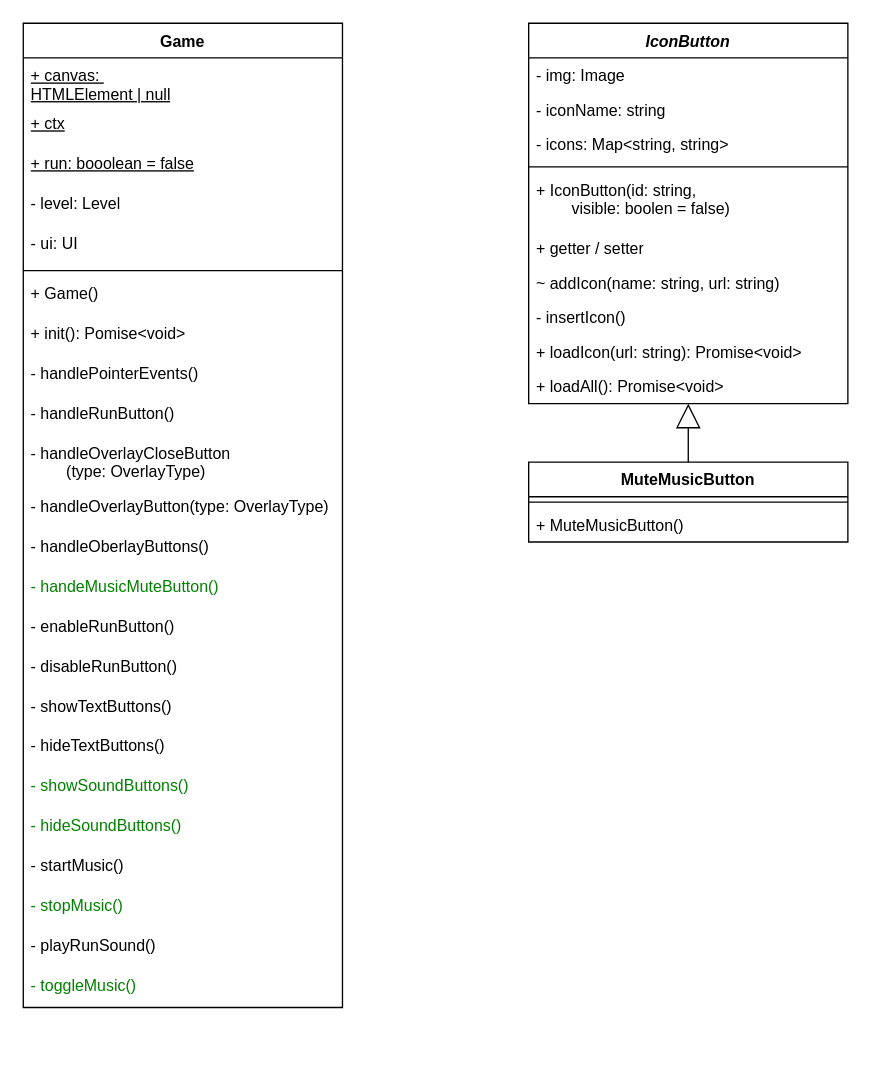
The draw.io diagram docs/issue/151-diagram.drawio in elma1989/el-pollo-loco, before the edit. Source tidied: cells renumbered, new cells numbered last; positions are measured from the earlier drawing's top-left corner, leaving out a move shared by most shapes. Both pictures are drawn from the tidied source at 133%, with x=0, y=0 at pixel (23, 23).
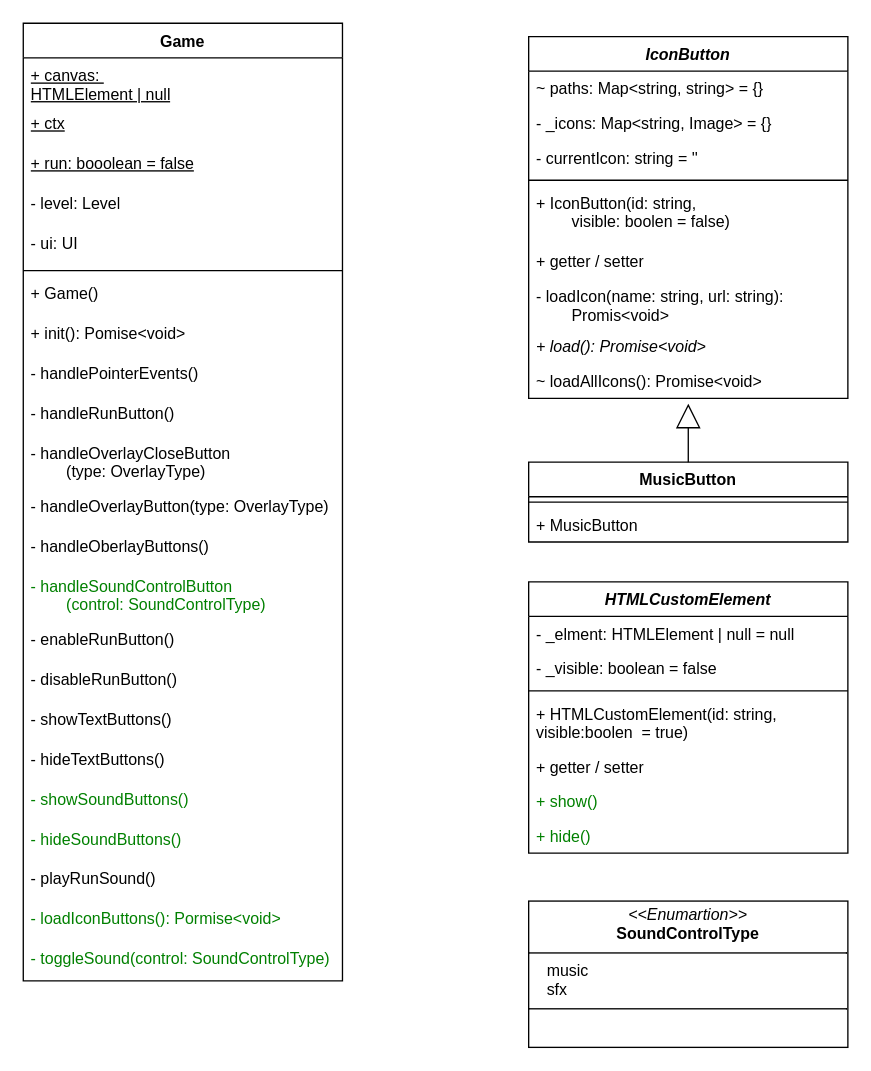
The same page after the edit.

Commit message (it also covers changes not shown here):
doc: Updated class Diagrams: Game, MusicButton

Change to the diagram source:
```diff
@@
-    <mxCell id="2" value="MuteMusicButton" style="swimlane;fontStyle=1;align=center;verticalAlign=top;horizontal=1;startSize=26;whiteSpace=wrap;html=1;" parent="1" vertex="1">
+    <mxCell id="2" value="MusicButton" style="swimlane;fontStyle=1;align=center;verticalAlign=top;horizontal=1;startSize=26;whiteSpace=wrap;html=1;" parent="1" vertex="1">
       <mxGeometry x="380" y="330" width="240" height="60" as="geometry" />
     </mxCell>
@@
-    <mxCell id="4" value="+ MuteMusicButton()" style="text;strokeColor=none;fillColor=none;align=left;verticalAlign=top;spacingLeft=4;spacingRight=4;overflow=hidden;whiteSpace=wrap;html=1;" parent="2" vertex="1">
+    <mxCell id="4" value="+ MusicButton" style="text;strokeColor=none;fillColor=none;align=left;verticalAlign=top;spacingLeft=4;spacingRight=4;overflow=hidden;whiteSpace=wrap;html=1;" parent="2" vertex="1">
       <mxGeometry y="34" width="240" height="26" as="geometry" />
     </mxCell>
-    <mxCell id="5" value="IconButton" style="swimlane;fontStyle=3;align=center;verticalAlign=top;horizontal=1;startSize=26;whiteSpace=wrap;html=1;strokeColor=default;" parent="1" vertex="1">
-      <mxGeometry x="380" width="240" height="286" as="geometry" />
-    </mxCell>
-    <mxCell id="6" value="- img: Image" style="text;strokeColor=none;fillColor=none;align=left;verticalAlign=top;spacingLeft=4;spacingRight=4;overflow=hidden;whiteSpace=wrap;html=1;" parent="5" vertex="1">
-      <mxGeometry y="26" width="240" height="26" as="geometry" />
-    </mxCell>
-    <mxCell id="7" value="- iconName: string" style="text;strokeColor=none;fillColor=none;align=left;verticalAlign=top;spacingLeft=4;spacingRight=4;overflow=hidden;whiteSpace=wrap;html=1;" parent="5" vertex="1">
-      <mxGeometry y="52" width="240" height="26" as="geometry" />
-    </mxCell>
-    <mxCell id="8" value="- icons: Map&amp;lt;string, string&amp;gt;" style="text;strokeColor=none;fillColor=none;align=left;verticalAlign=top;spacingLeft=4;spacingRight=4;overflow=hidden;whiteSpace=wrap;html=1;" parent="5" vertex="1">
-      <mxGeometry y="78" width="240" height="26" as="geometry" />
-    </mxCell>
-    <mxCell id="9" style="line;strokeWidth=1;fillColor=none;align=left;verticalAlign=middle;spacingTop=-1;spacingLeft=3;spacingRight=3;labelPosition=right;strokeColor=inherit;" parent="5" vertex="1">
-      <mxGeometry y="104" width="240" height="8" as="geometry" />
-    </mxCell>
-    <mxCell id="10" value="+ IconButton(id: string,&amp;nbsp;&lt;div&gt;&lt;div&gt;&lt;span style=&quot;white-space: pre;&quot;&gt;&#9;&lt;/span&gt;visible: boolen = false&lt;span style=&quot;background-color: transparent; color: light-dark(rgb(0, 0, 0), rgb(255, 255, 255));&quot;&gt;)&lt;/span&gt;&lt;/div&gt;&lt;/div&gt;" style="text;strokeColor=none;fillColor=none;align=left;verticalAlign=top;spacingLeft=4;spacingRight=4;overflow=hidden;whiteSpace=wrap;html=1;" parent="5" vertex="1">
-      <mxGeometry y="112" width="240" height="44" as="geometry" />
-    </mxCell>
-    <mxCell id="11" value="+ getter / setter" style="text;strokeColor=none;fillColor=none;align=left;verticalAlign=top;spacingLeft=4;spacingRight=4;overflow=hidden;whiteSpace=wrap;html=1;" parent="5" vertex="1">
-      <mxGeometry y="156" width="240" height="26" as="geometry" />
-    </mxCell>
-    <mxCell id="12" value="~ addIcon(name: string, url: string)" style="text;strokeColor=none;fillColor=none;align=left;verticalAlign=top;spacingLeft=4;spacingRight=4;overflow=hidden;whiteSpace=wrap;html=1;" parent="5" vertex="1">
-      <mxGeometry y="182" width="240" height="26" as="geometry" />
-    </mxCell>
-    <mxCell id="13" value="- insertIcon()" style="text;strokeColor=none;fillColor=none;align=left;verticalAlign=top;spacingLeft=4;spacingRight=4;overflow=hidden;whiteSpace=wrap;html=1;" parent="5" vertex="1">
-      <mxGeometry y="208" width="240" height="26" as="geometry" />
-    </mxCell>
-    <mxCell id="14" value="+ loadIcon(url: string): Promise&amp;lt;void&amp;gt;" style="text;strokeColor=none;fillColor=none;align=left;verticalAlign=top;spacingLeft=4;spacingRight=4;overflow=hidden;whiteSpace=wrap;html=1;" parent="5" vertex="1">
-      <mxGeometry y="234" width="240" height="26" as="geometry" />
-    </mxCell>
-    <mxCell id="15" value="+ loadAll(): Promise&amp;lt;void&amp;gt;" style="text;strokeColor=none;fillColor=none;align=left;verticalAlign=top;spacingLeft=4;spacingRight=4;overflow=hidden;whiteSpace=wrap;html=1;" parent="5" vertex="1">
-      <mxGeometry y="260" width="240" height="26" as="geometry" />
-    </mxCell>
-    <mxCell id="16" style="endArrow=block;endSize=16;endFill=0;html=1;rounded=0;" parent="1" edge="1" source="2" target="5">
-      <mxGeometry relative="1" as="geometry" />
+    <mxCell id="16" style="endArrow=block;endSize=16;endFill=0;html=1;rounded=0;" parent="1" edge="1" source="2">
+      <mxGeometry relative="1" as="geometry">
+        <mxPoint x="500" y="286" as="targetPoint" />
+      </mxGeometry>
     </mxCell>
     <mxCell id="17" value="Game" style="swimlane;fontStyle=1;align=center;verticalAlign=top;horizontal=1;startSize=26;whiteSpace=wrap;html=1;" parent="1" vertex="1">
-      <mxGeometry width="240" height="740" as="geometry" />
+      <mxGeometry width="240" height="720" as="geometry" />
     </mxCell>
@@
-    <mxCell id="31" value="- handeMusicMuteButton()" style="text;strokeColor=none;fillColor=none;align=left;verticalAlign=top;spacingLeft=4;spacingRight=4;overflow=hidden;whiteSpace=wrap;html=1;fontStyle=0;fontColor=light-dark(#008000,#80FF80);" parent="17" vertex="1">
-      <mxGeometry y="410" width="240" height="30" as="geometry" />
+    <mxCell id="31" value="- handleSoundControlButton&lt;div&gt;&lt;span style=&quot;white-space: pre;&quot;&gt;&#9;&lt;/span&gt;(control: SoundControlType)&lt;/div&gt;" style="text;strokeColor=none;fillColor=none;align=left;verticalAlign=top;spacingLeft=4;spacingRight=4;overflow=hidden;whiteSpace=wrap;html=1;fontStyle=0;fontColor=light-dark(#008000,#80FF80);" parent="17" vertex="1">
+      <mxGeometry y="410" width="240" height="40" as="geometry" />
     </mxCell>
     <mxCell id="32" value="- enableRunButton()" style="text;strokeColor=none;fillColor=none;align=left;verticalAlign=top;spacingLeft=4;spacingRight=4;overflow=hidden;whiteSpace=wrap;html=1;fontStyle=0;fontColor=default;" parent="17" vertex="1">
-      <mxGeometry y="440" width="240" height="30" as="geometry" />
+      <mxGeometry y="450" width="240" height="30" as="geometry" />
     </mxCell>
     <mxCell id="33" value="- disableRunButton()" style="text;strokeColor=none;fillColor=none;align=left;verticalAlign=top;spacingLeft=4;spacingRight=4;overflow=hidden;whiteSpace=wrap;html=1;fontStyle=0;fontColor=default;" parent="17" vertex="1">
-      <mxGeometry y="470" width="240" height="30" as="geometry" />
+      <mxGeometry y="480" width="240" height="30" as="geometry" />
     </mxCell>
     <mxCell id="34" value="- showTextButtons()" style="text;strokeColor=none;fillColor=none;align=left;verticalAlign=top;spacingLeft=4;spacingRight=4;overflow=hidden;whiteSpace=wrap;html=1;fontStyle=0;fontColor=default;" parent="17" vertex="1">
-      <mxGeometry y="500" width="240" height="30" as="geometry" />
+      <mxGeometry y="510" width="240" height="30" as="geometry" />
     </mxCell>
     <mxCell id="35" value="- hideTextButtons()" style="text;strokeColor=none;fillColor=none;align=left;verticalAlign=top;spacingLeft=4;spacingRight=4;overflow=hidden;whiteSpace=wrap;html=1;fontStyle=0;fontColor=default;" parent="17" vertex="1">
-      <mxGeometry y="530" width="240" height="30" as="geometry" />
+      <mxGeometry y="540" width="240" height="30" as="geometry" />
     </mxCell>
     <mxCell id="36" value="- showSoundButtons()" style="text;strokeColor=none;fillColor=none;align=left;verticalAlign=top;spacingLeft=4;spacingRight=4;overflow=hidden;whiteSpace=wrap;html=1;fontStyle=0;fontColor=light-dark(#008000,#80FF80);" parent="17" vertex="1">
-      <mxGeometry y="560" width="240" height="30" as="geometry" />
+      <mxGeometry y="570" width="240" height="30" as="geometry" />
     </mxCell>
     <mxCell id="37" value="- hideSoundButtons()" style="text;strokeColor=none;fillColor=none;align=left;verticalAlign=top;spacingLeft=4;spacingRight=4;overflow=hidden;whiteSpace=wrap;html=1;fontStyle=0;fontColor=light-dark(#008000,#80FF80);" parent="17" vertex="1">
-      <mxGeometry y="590" width="240" height="30" as="geometry" />
+      <mxGeometry y="600" width="240" height="30" as="geometry" />
     </mxCell>
-    <mxCell id="38" value="- startMusic()" style="text;strokeColor=none;fillColor=none;align=left;verticalAlign=top;spacingLeft=4;spacingRight=4;overflow=hidden;whiteSpace=wrap;html=1;fontStyle=0;fontColor=default;" parent="17" vertex="1">
-      <mxGeometry y="620" width="240" height="30" as="geometry" />
-    </mxCell>
-    <mxCell id="39" value="- stopMusic()" style="text;strokeColor=none;fillColor=none;align=left;verticalAlign=top;spacingLeft=4;spacingRight=4;overflow=hidden;whiteSpace=wrap;html=1;fontStyle=0;fontColor=light-dark(#008000,#80FF80);" parent="17" vertex="1">
-      <mxGeometry y="650" width="240" height="30" as="geometry" />
-    </mxCell>
     <mxCell id="40" value="- playRunSound()" style="text;strokeColor=none;fillColor=none;align=left;verticalAlign=top;spacingLeft=4;spacingRight=4;overflow=hidden;whiteSpace=wrap;html=1;fontStyle=0;fontColor=default;" parent="17" vertex="1">
-      <mxGeometry y="680" width="240" height="30" as="geometry" />
+      <mxGeometry y="630" width="240" height="30" as="geometry" />
     </mxCell>
-    <mxCell id="41" value="- toggleMusic()" style="text;strokeColor=none;fillColor=none;align=left;verticalAlign=top;spacingLeft=4;spacingRight=4;overflow=hidden;whiteSpace=wrap;html=1;fontStyle=0;fontColor=light-dark(#008000,#80FF80);" parent="17" vertex="1">
-      <mxGeometry y="710" width="240" height="30" as="geometry" />
-    </mxCell>
+    <mxCell id="42" value="- loadIconButtons(): Pormise&amp;lt;void&amp;gt;" style="text;strokeColor=none;fillColor=none;align=left;verticalAlign=top;spacingLeft=4;spacingRight=4;overflow=hidden;whiteSpace=wrap;html=1;fontStyle=0;fontColor=light-dark(#008000,#80FF80);" parent="17" vertex="1">
+      <mxGeometry y="660" width="240" height="30" as="geometry" />
+    </mxCell>
+    <mxCell id="43" value="- toggleSound(control: SoundControlType)" style="text;strokeColor=none;fillColor=none;align=left;verticalAlign=top;spacingLeft=4;spacingRight=4;overflow=hidden;whiteSpace=wrap;html=1;fontStyle=0;fontColor=light-dark(#008000,#80FF80);" parent="17" vertex="1">
+      <mxGeometry y="690" width="240" height="30" as="geometry" />
+    </mxCell>
+    <mxCell id="5" value="IconButton" style="swimlane;fontStyle=3;align=center;verticalAlign=top;horizontal=1;startSize=26;whiteSpace=wrap;html=1;strokeColor=default;" parent="1" vertex="1">
+      <mxGeometry x="380" y="10" width="240" height="272" as="geometry" />
+    </mxCell>
+    <mxCell id="44" value="~ paths: Map&amp;lt;string, string&amp;gt; = {}" style="text;strokeColor=none;fillColor=none;align=left;verticalAlign=top;spacingLeft=4;spacingRight=4;overflow=hidden;whiteSpace=wrap;html=1;" parent="5" vertex="1">
+      <mxGeometry y="26" width="240" height="26" as="geometry" />
+    </mxCell>
+    <mxCell id="45" value="- _icons: Map&amp;lt;string, Image&amp;gt; = {}" style="text;strokeColor=none;fillColor=none;align=left;verticalAlign=top;spacingLeft=4;spacingRight=4;overflow=hidden;whiteSpace=wrap;html=1;" parent="5" vertex="1">
+      <mxGeometry y="52" width="240" height="26" as="geometry" />
+    </mxCell>
+    <mxCell id="46" value="- currentIcon: string = ''" style="text;strokeColor=none;fillColor=none;align=left;verticalAlign=top;spacingLeft=4;spacingRight=4;overflow=hidden;whiteSpace=wrap;html=1;" parent="5" vertex="1">
+      <mxGeometry y="78" width="240" height="26" as="geometry" />
+    </mxCell>
+    <mxCell id="9" style="line;strokeWidth=1;fillColor=none;align=left;verticalAlign=middle;spacingTop=-1;spacingLeft=3;spacingRight=3;labelPosition=right;strokeColor=inherit;" parent="5" vertex="1">
+      <mxGeometry y="104" width="240" height="8" as="geometry" />
+    </mxCell>
+    <mxCell id="10" value="+ IconButton(id: string,&amp;nbsp;&lt;div&gt;&lt;div&gt;&lt;span style=&quot;white-space: pre;&quot;&gt;&#9;&lt;/span&gt;visible: boolen = false&lt;span style=&quot;background-color: transparent; color: light-dark(rgb(0, 0, 0), rgb(255, 255, 255));&quot;&gt;)&lt;/span&gt;&lt;/div&gt;&lt;/div&gt;" style="text;strokeColor=none;fillColor=none;align=left;verticalAlign=top;spacingLeft=4;spacingRight=4;overflow=hidden;whiteSpace=wrap;html=1;" parent="5" vertex="1">
+      <mxGeometry y="112" width="240" height="44" as="geometry" />
+    </mxCell>
+    <mxCell id="11" value="+ getter / setter" style="text;strokeColor=none;fillColor=none;align=left;verticalAlign=top;spacingLeft=4;spacingRight=4;overflow=hidden;whiteSpace=wrap;html=1;" parent="5" vertex="1">
+      <mxGeometry y="156" width="240" height="26" as="geometry" />
+    </mxCell>
+    <mxCell id="47" value="- loadIcon(name: string, url: string):&lt;div&gt;&lt;span style=&quot;white-space: pre;&quot;&gt;&#9;&lt;/span&gt;Promis&amp;lt;void&amp;gt;&lt;br&gt;&lt;/div&gt;" style="text;strokeColor=none;fillColor=none;align=left;verticalAlign=top;spacingLeft=4;spacingRight=4;overflow=hidden;whiteSpace=wrap;html=1;" parent="5" vertex="1">
+      <mxGeometry y="182" width="240" height="38" as="geometry" />
+    </mxCell>
+    <mxCell id="48" value="+ load(): Promise&amp;lt;void&amp;gt;" style="text;strokeColor=none;fillColor=none;align=left;verticalAlign=top;spacingLeft=4;spacingRight=4;overflow=hidden;whiteSpace=wrap;html=1;fontStyle=2;" parent="5" vertex="1">
+      <mxGeometry y="220" width="240" height="26" as="geometry" />
+    </mxCell>
+    <mxCell id="49" value="~ loadAllIcons(): Promise&amp;lt;void&amp;gt;" style="text;strokeColor=none;fillColor=none;align=left;verticalAlign=top;spacingLeft=4;spacingRight=4;overflow=hidden;whiteSpace=wrap;html=1;" parent="5" vertex="1">
+      <mxGeometry y="246" width="240" height="26" as="geometry" />
+    </mxCell>
+    <mxCell id="50" value="HTMLCustomElement" style="swimlane;fontStyle=3;align=center;verticalAlign=top;horizontal=1;startSize=26;whiteSpace=wrap;html=1;strokeColor=default;" parent="1" vertex="1">
+      <mxGeometry x="380" y="420" width="240" height="204" as="geometry" />
+    </mxCell>
+    <mxCell id="51" value="- _elment: HTMLElement | null = null" style="text;strokeColor=none;fillColor=none;align=left;verticalAlign=top;spacingLeft=4;spacingRight=4;overflow=hidden;whiteSpace=wrap;html=1;" parent="50" vertex="1">
+      <mxGeometry y="26" width="240" height="26" as="geometry" />
+    </mxCell>
+    <mxCell id="52" value="- _visible: boolean = false" style="text;strokeColor=none;fillColor=none;align=left;verticalAlign=top;spacingLeft=4;spacingRight=4;overflow=hidden;whiteSpace=wrap;html=1;" parent="50" vertex="1">
+      <mxGeometry y="52" width="240" height="26" as="geometry" />
+    </mxCell>
+    <mxCell id="53" style="line;strokeWidth=1;fillColor=none;align=left;verticalAlign=middle;spacingTop=-1;spacingLeft=3;spacingRight=3;labelPosition=right;strokeColor=inherit;" parent="50" vertex="1">
+      <mxGeometry y="78" width="240" height="8" as="geometry" />
+    </mxCell>
+    <mxCell id="54" value="+ HTMLCustomElement(id: string, visible:boolen&amp;nbsp; = true)" style="text;strokeColor=none;fillColor=none;align=left;verticalAlign=top;spacingLeft=4;spacingRight=4;overflow=hidden;whiteSpace=wrap;html=1;" parent="50" vertex="1">
+      <mxGeometry y="86" width="240" height="40" as="geometry" />
+    </mxCell>
+    <mxCell id="55" value="+ getter / setter" style="text;strokeColor=none;fillColor=none;align=left;verticalAlign=top;spacingLeft=4;spacingRight=4;overflow=hidden;whiteSpace=wrap;html=1;" parent="50" vertex="1">
+      <mxGeometry y="126" width="240" height="26" as="geometry" />
+    </mxCell>
+    <mxCell id="56" value="+ show()" style="text;strokeColor=none;fillColor=none;align=left;verticalAlign=top;spacingLeft=4;spacingRight=4;overflow=hidden;whiteSpace=wrap;html=1;fontColor=light-dark(#008000,#80FF80);" parent="50" vertex="1">
+      <mxGeometry y="152" width="240" height="26" as="geometry" />
+    </mxCell>
+    <mxCell id="57" value="+ hide()" style="text;strokeColor=none;fillColor=none;align=left;verticalAlign=top;spacingLeft=4;spacingRight=4;overflow=hidden;whiteSpace=wrap;html=1;fontColor=light-dark(#008000,#80FF80);" parent="50" vertex="1">
+      <mxGeometry y="178" width="240" height="26" as="geometry" />
+    </mxCell>
+    <mxCell id="58" value="&lt;p style=&quot;margin:0px;margin-top:4px;text-align:center;&quot;&gt;&lt;i&gt;&amp;lt;&amp;lt;Enumartion&amp;gt;&amp;gt;&lt;/i&gt;&lt;br&gt;&lt;b&gt;SoundControlType&lt;/b&gt;&lt;/p&gt;&lt;hr size=&quot;1&quot; style=&quot;border-style:solid;&quot;&gt;&lt;p style=&quot;margin:0px;margin-left:4px;&quot;&gt;&amp;nbsp; &amp;nbsp;music&lt;br&gt;&amp;nbsp; &amp;nbsp;sfx&lt;/p&gt;&lt;hr size=&quot;1&quot; style=&quot;border-style:solid;&quot;&gt;&lt;p style=&quot;margin:0px;margin-left:4px;&quot;&gt;&lt;br&gt;&lt;/p&gt;" style="verticalAlign=top;align=left;overflow=fill;html=1;whiteSpace=wrap;" parent="1" vertex="1">
+      <mxGeometry x="380" y="660" width="240" height="110" as="geometry" />
+    </mxCell>
```
